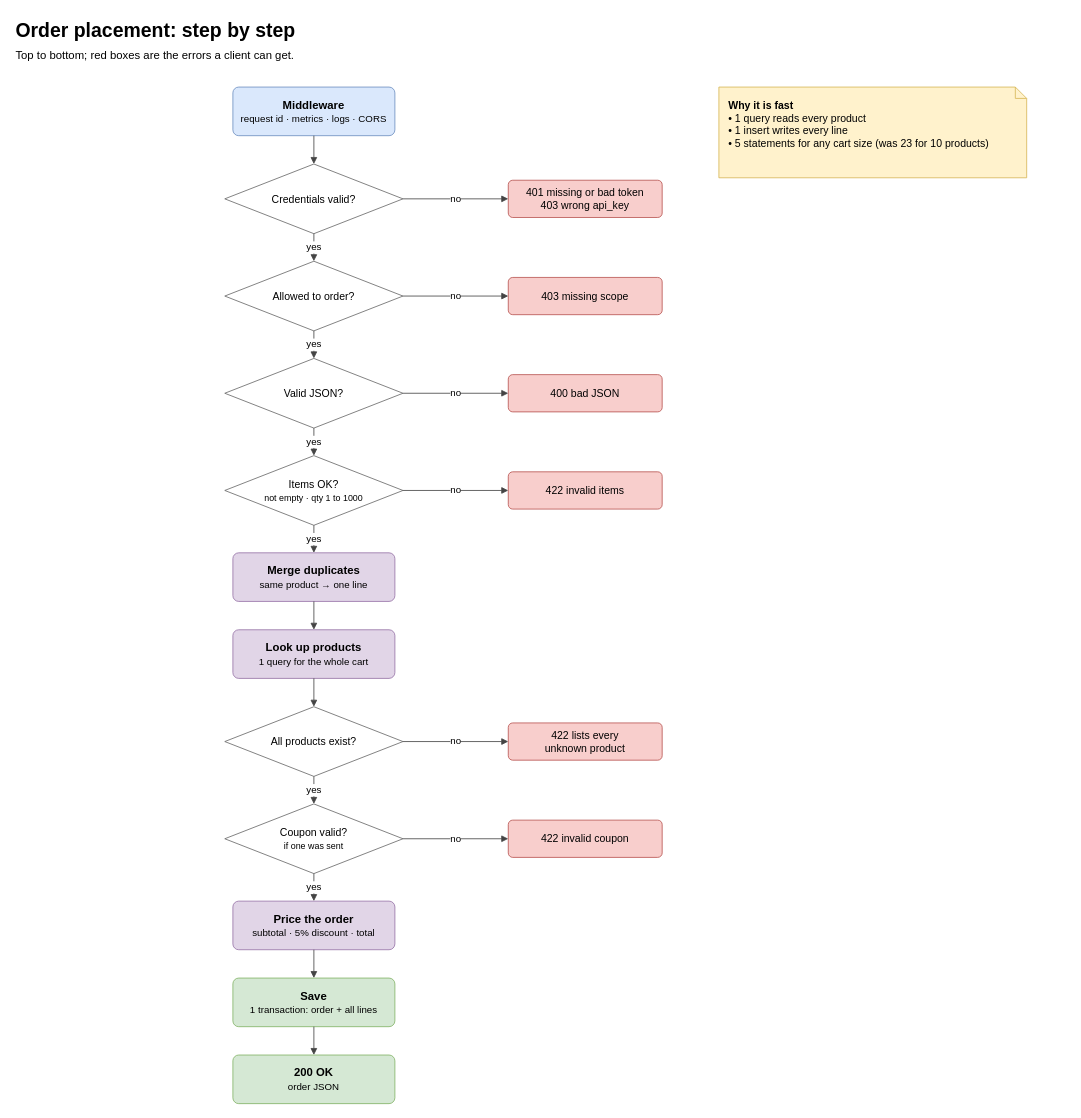
The draw.io diagram page "LLD - Order placement flow" (2 of 3) of docs/diagrams/order.drawio in Vasanth-Korada/oolio-kart-challenge, before the edit. Source tidied: cells renumbered, new cells numbered last; positions are measured from the earlier drawing's top-left corner, leaving out a move shared by most shapes. Both pictures are drawn from the tidied source at 81%, with x=0, y=0 at pixel (14, 14).
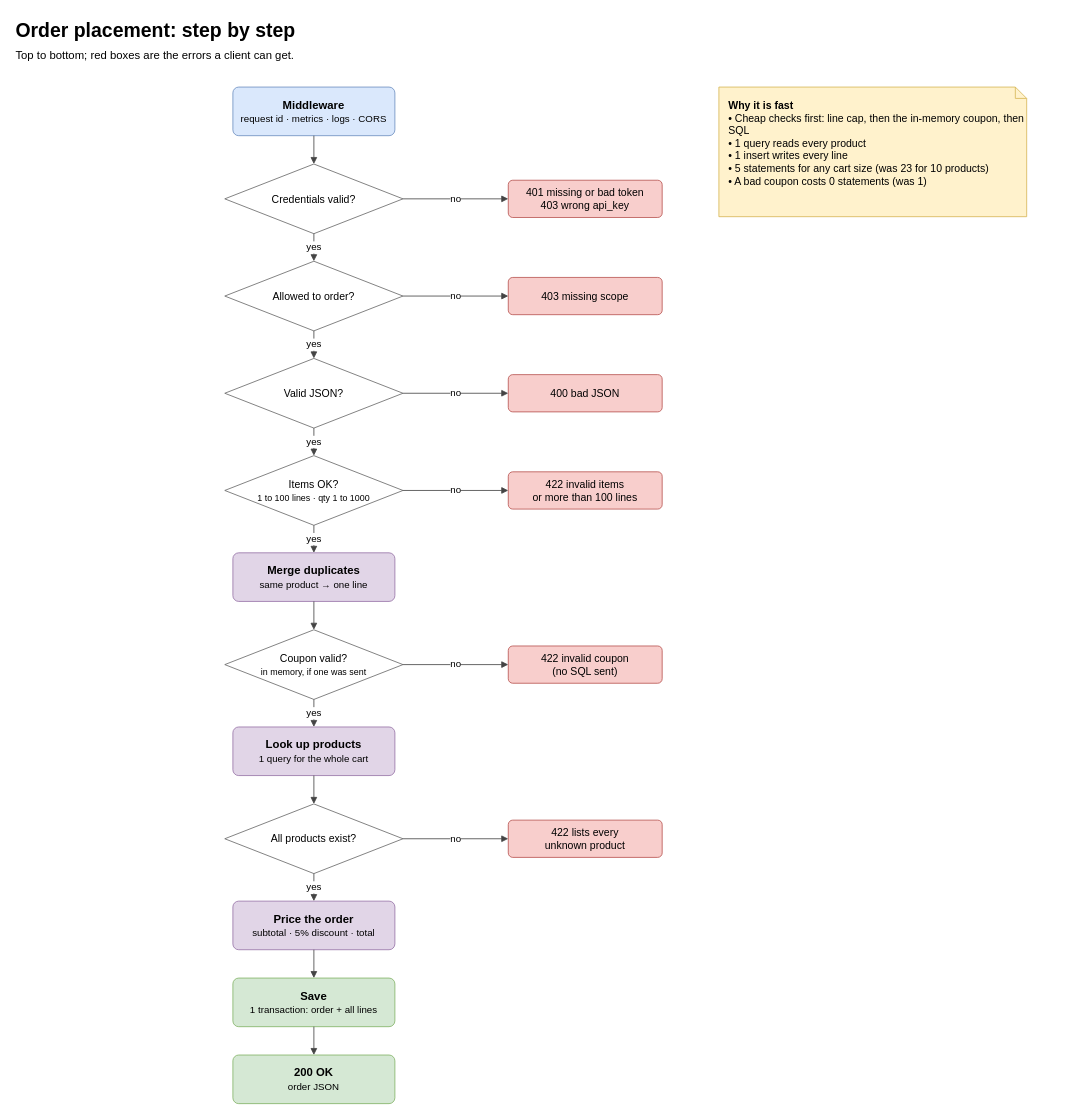
The same diagram, later.

What changed in the source:
```diff
@@
-    <mxCell id="17" value="Items OK?&lt;br&gt;&lt;span style='font-size:11px'&gt;not empty · qty 1 to 1000&lt;/span&gt;" style="rhombus;whiteSpace=wrap;html=1;fillColor=#ffffff;strokeColor=#666666;fontSize=12;fontSize=13;" parent="1" vertex="1">
+    <mxCell id="17" value="Items OK?&lt;br&gt;&lt;span style='font-size:11px'&gt;1 to 100 lines · qty 1 to 1000&lt;/span&gt;" style="rhombus;whiteSpace=wrap;html=1;fillColor=#ffffff;strokeColor=#666666;fontSize=12;fontSize=13;" parent="1" vertex="1">
       <mxGeometry x="260" y="545" width="220" height="86" as="geometry" />
     </mxCell>
@@
-    <mxCell id="19" value="422 invalid items" style="rounded=1;arcSize=12;whiteSpace=wrap;html=1;fillColor=#f8cecc;strokeColor=#b85450;fontSize=12;fontSize=13;" parent="1" vertex="1">
+    <mxCell id="19" value="422 invalid items&lt;br&gt;or more than 100 lines" style="rounded=1;arcSize=12;whiteSpace=wrap;html=1;fillColor=#f8cecc;strokeColor=#b85450;fontSize=12;fontSize=13;" parent="1" vertex="1">
       <mxGeometry x="610" y="565" width="190" height="46" as="geometry" />
     </mxCell>
@@
-    <mxCell id="23" value="&lt;b&gt;Look up products&lt;/b&gt;&lt;br&gt;&lt;span style='font-size:12px'&gt;1 query for the whole cart&lt;/span&gt;" style="rounded=1;arcSize=12;whiteSpace=wrap;html=1;fillColor=#e1d5e7;strokeColor=#9673a6;fontSize=12;fontSize=14;" parent="1" vertex="1">
-      <mxGeometry x="270" y="760" width="200" height="60" as="geometry" />
+    <mxCell id="23" value="Coupon valid?&lt;br&gt;&lt;span style='font-size:11px'&gt;in memory, if one was sent&lt;/span&gt;" style="rhombus;whiteSpace=wrap;html=1;fillColor=#ffffff;strokeColor=#666666;fontSize=12;fontSize=13;" parent="1" vertex="1">
+      <mxGeometry x="260" y="760" width="220" height="86" as="geometry" />
     </mxCell>
@@
-    <mxCell id="25" value="All products exist?" style="rhombus;whiteSpace=wrap;html=1;fillColor=#ffffff;strokeColor=#666666;fontSize=12;fontSize=13;" parent="1" vertex="1">
-      <mxGeometry x="260" y="855" width="220" height="86" as="geometry" />
+    <mxCell id="25" value="422 invalid coupon&lt;br&gt;(no SQL sent)" style="rounded=1;arcSize=12;whiteSpace=wrap;html=1;fillColor=#f8cecc;strokeColor=#b85450;fontSize=12;fontSize=13;" parent="1" vertex="1">
+      <mxGeometry x="610" y="780" width="190" height="46" as="geometry" />
     </mxCell>
-    <mxCell id="26" style="edgeStyle=orthogonalEdgeStyle;rounded=1;html=1;endArrow=block;endFill=1;strokeColor=#444444;fontSize=11;labelBackgroundColor=#ffffff;fontSize=12;" parent="1" edge="1" source="23" target="25">
+    <mxCell id="26" value="no" style="edgeStyle=orthogonalEdgeStyle;rounded=1;html=1;endArrow=block;endFill=1;strokeColor=#444444;fontSize=11;labelBackgroundColor=#ffffff;fontSize=12;exitX=1;exitY=0.5;entryX=0;entryY=0.5;" parent="1" edge="1" source="23" target="25">
       <mxGeometry relative="1" as="geometry" />
     </mxCell>
-    <mxCell id="27" value="422 lists every&lt;br&gt;unknown product" style="rounded=1;arcSize=12;whiteSpace=wrap;html=1;fillColor=#f8cecc;strokeColor=#b85450;fontSize=12;fontSize=13;" parent="1" vertex="1">
-      <mxGeometry x="610" y="875" width="190" height="46" as="geometry" />
+    <mxCell id="27" value="&lt;b&gt;Look up products&lt;/b&gt;&lt;br&gt;&lt;span style='font-size:12px'&gt;1 query for the whole cart&lt;/span&gt;" style="rounded=1;arcSize=12;whiteSpace=wrap;html=1;fillColor=#e1d5e7;strokeColor=#9673a6;fontSize=12;fontSize=14;" parent="1" vertex="1">
+      <mxGeometry x="270" y="880" width="200" height="60" as="geometry" />
     </mxCell>
-    <mxCell id="28" value="no" style="edgeStyle=orthogonalEdgeStyle;rounded=1;html=1;endArrow=block;endFill=1;strokeColor=#444444;fontSize=11;labelBackgroundColor=#ffffff;fontSize=12;exitX=1;exitY=0.5;entryX=0;entryY=0.5;" parent="1" edge="1" source="25" target="27">
+    <mxCell id="28" value="yes" style="edgeStyle=orthogonalEdgeStyle;rounded=1;html=1;endArrow=block;endFill=1;strokeColor=#444444;fontSize=11;labelBackgroundColor=#ffffff;fontSize=12;" parent="1" edge="1" source="23" target="27">
       <mxGeometry relative="1" as="geometry" />
     </mxCell>
-    <mxCell id="29" value="Coupon valid?&lt;br&gt;&lt;span style='font-size:11px'&gt;if one was sent&lt;/span&gt;" style="rhombus;whiteSpace=wrap;html=1;fillColor=#ffffff;strokeColor=#666666;fontSize=12;fontSize=13;" parent="1" vertex="1">
+    <mxCell id="29" value="All products exist?" style="rhombus;whiteSpace=wrap;html=1;fillColor=#ffffff;strokeColor=#666666;fontSize=12;fontSize=13;" parent="1" vertex="1">
       <mxGeometry x="260" y="975" width="220" height="86" as="geometry" />
     </mxCell>
-    <mxCell id="30" value="yes" style="edgeStyle=orthogonalEdgeStyle;rounded=1;html=1;endArrow=block;endFill=1;strokeColor=#444444;fontSize=11;labelBackgroundColor=#ffffff;fontSize=12;" parent="1" edge="1" source="25" target="29">
+    <mxCell id="30" style="edgeStyle=orthogonalEdgeStyle;rounded=1;html=1;endArrow=block;endFill=1;strokeColor=#444444;fontSize=11;labelBackgroundColor=#ffffff;fontSize=12;" parent="1" edge="1" source="27" target="29">
       <mxGeometry relative="1" as="geometry" />
     </mxCell>
-    <mxCell id="31" value="422 invalid coupon" style="rounded=1;arcSize=12;whiteSpace=wrap;html=1;fillColor=#f8cecc;strokeColor=#b85450;fontSize=12;fontSize=13;" parent="1" vertex="1">
+    <mxCell id="31" value="422 lists every&lt;br&gt;unknown product" style="rounded=1;arcSize=12;whiteSpace=wrap;html=1;fillColor=#f8cecc;strokeColor=#b85450;fontSize=12;fontSize=13;" parent="1" vertex="1">
       <mxGeometry x="610" y="995" width="190" height="46" as="geometry" />
     </mxCell>
@@
-    <mxCell id="39" value="&lt;b&gt;Why it is fast&lt;/b&gt;&lt;br&gt;• 1 query reads every product&lt;br&gt;• 1 insert writes every line&lt;br&gt;• 5 statements for any cart size (was 23 for 10 products)" style="shape=note;size=14;whiteSpace=wrap;html=1;fillColor=#fff2cc;strokeColor=#d6b656;fontSize=12;align=left;verticalAlign=top;spacingLeft=10;spacingTop=8;fontSize=13;" parent="1" vertex="1">
-      <mxGeometry x="870" y="90" width="380" height="112" as="geometry" />
+    <mxCell id="39" value="&lt;b&gt;Why it is fast&lt;/b&gt;&lt;br&gt;• Cheap checks first: line cap, then the in-memory coupon, then SQL&lt;br&gt;• 1 query reads every product&lt;br&gt;• 1 insert writes every line&lt;br&gt;• 5 statements for any cart size (was 23 for 10 products)&lt;br&gt;• A bad coupon costs 0 statements (was 1)" style="shape=note;size=14;whiteSpace=wrap;html=1;fillColor=#fff2cc;strokeColor=#d6b656;fontSize=12;align=left;verticalAlign=top;spacingLeft=10;spacingTop=8;fontSize=13;" parent="1" vertex="1">
+      <mxGeometry x="870" y="90" width="380" height="160" as="geometry" />
     </mxCell>
```
